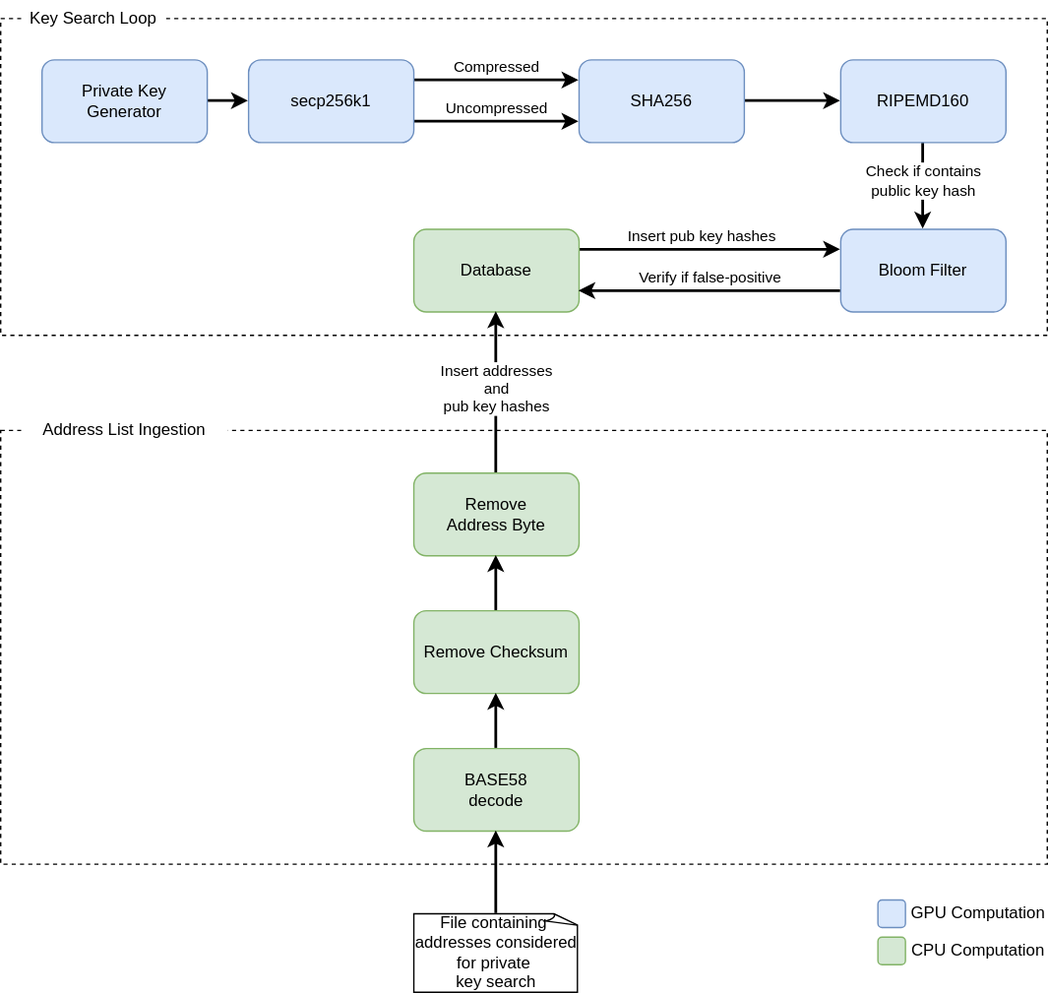
Before: img/architecture.drawio.svg, a diagram exported from draw.io (eztam-/BitCrackOSX). Source tidied: cells renumbered, new cells last; positions are measured from the earlier drawing's top-left corner, leaving out a move shared by most shapes.
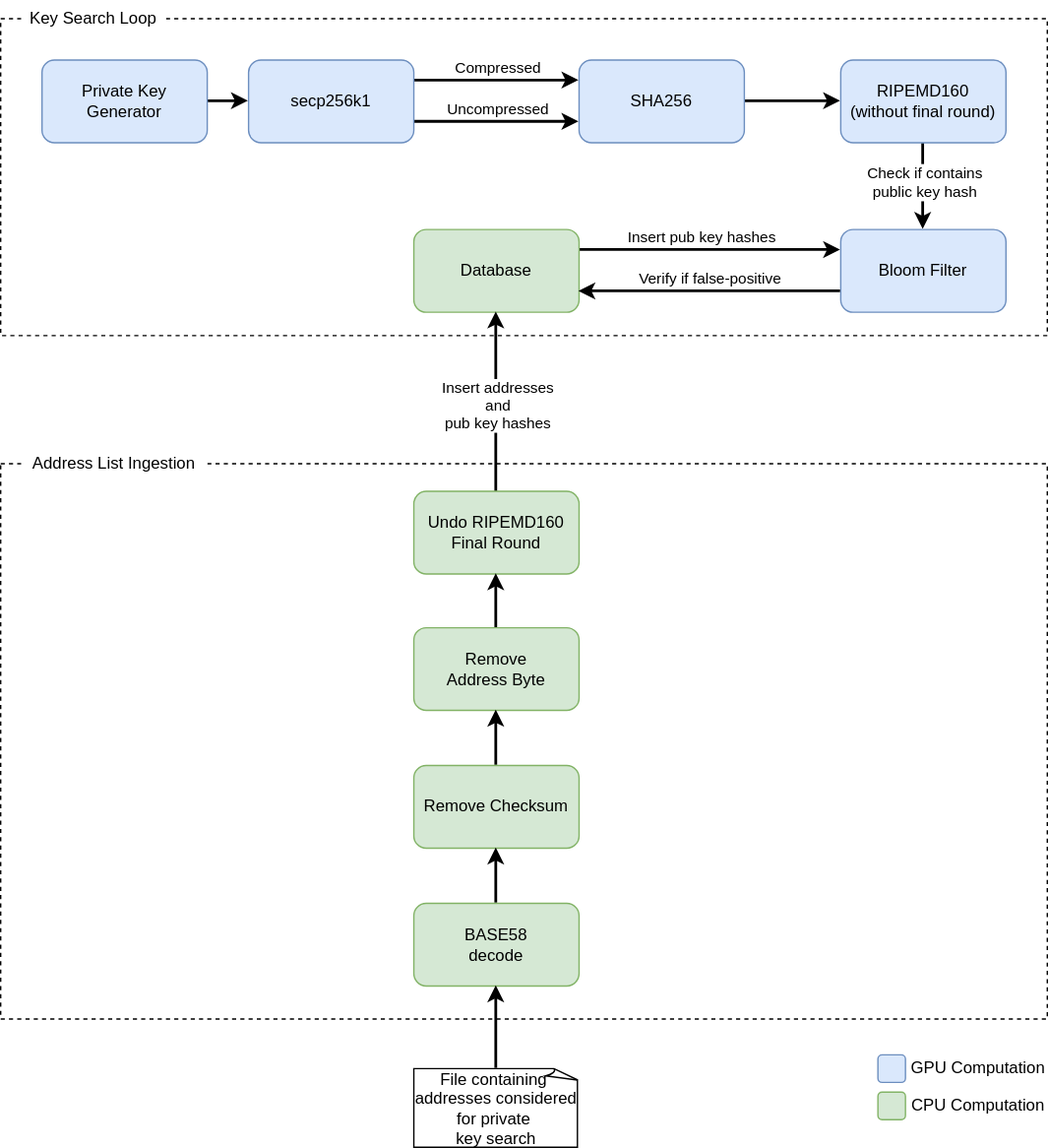
Later version of the same file.

Diff of the diagram source:
```diff
@@ -3,10 +3,10 @@
     <mxCell id="0" />
     <mxCell id="1" parent="0" />
     <mxCell id="2" style="rounded=0;whiteSpace=wrap;html=1;dashed=1;labelBackgroundColor=none;" parent="1" vertex="1">
-      <mxGeometry y="312" width="760" height="315" as="geometry" />
+      <mxGeometry y="336" width="760" height="403" as="geometry" />
     </mxCell>
     <mxCell id="3" value="Address List Ingestion" style="text;html=1;whiteSpace=wrap;strokeColor=none;fillColor=default;align=center;verticalAlign=middle;rounded=0;labelBackgroundColor=none;" parent="1" vertex="1">
-      <mxGeometry x="15" y="297" width="150" height="30" as="geometry" />
+      <mxGeometry x="15" y="321" width="135" height="30" as="geometry" />
     </mxCell>
     <mxCell id="4" style="rounded=0;whiteSpace=wrap;html=1;dashed=1;labelBackgroundColor=none;" parent="1" vertex="1">
       <mxGeometry y="13" width="760" height="230" as="geometry" />
@@ -50,23 +50,23 @@
         <mxPoint x="1" y="-12" as="offset" />
       </mxGeometry>
     </mxCell>
-    <mxCell id="16" value="RIPEMD160" style="rounded=1;whiteSpace=wrap;html=1;labelBackgroundColor=none;fillColor=#dae8fc;strokeColor=#6c8ebf;" parent="1" vertex="1">
+    <mxCell id="16" value="RIPEMD160&lt;br&gt;(without final round)" style="rounded=1;whiteSpace=wrap;html=1;labelBackgroundColor=none;fillColor=#dae8fc;strokeColor=#6c8ebf;" parent="1" vertex="1">
       <mxGeometry x="610" y="43" width="120" height="60" as="geometry" />
     </mxCell>
     <mxCell id="17" value="Remove&lt;br&gt;Address Byte" style="rounded=1;whiteSpace=wrap;html=1;labelBackgroundColor=none;fillColor=#d5e8d4;strokeColor=#82b366;" parent="1" vertex="1">
-      <mxGeometry x="300" y="343" width="120" height="60" as="geometry" />
+      <mxGeometry x="300" y="455" width="120" height="60" as="geometry" />
     </mxCell>
     <mxCell id="18" style="edgeStyle=orthogonalEdgeStyle;rounded=0;jettySize=auto;html=1;entryX=0.5;entryY=1;entryDx=0;entryDy=0;strokeWidth=2;" parent="1" edge="1" source="19" target="17">
       <mxGeometry relative="1" as="geometry" />
     </mxCell>
     <mxCell id="19" value="Remove Checksum" style="rounded=1;whiteSpace=wrap;html=1;labelBackgroundColor=none;fillColor=#d5e8d4;strokeColor=#82b366;" parent="1" vertex="1">
-      <mxGeometry x="300" y="443" width="120" height="60" as="geometry" />
+      <mxGeometry x="300" y="555" width="120" height="60" as="geometry" />
     </mxCell>
     <mxCell id="20" style="edgeStyle=orthogonalEdgeStyle;rounded=0;jettySize=auto;html=1;exitX=0.5;exitY=0;exitDx=0;exitDy=0;entryX=0.5;entryY=1;entryDx=0;entryDy=0;strokeWidth=2;" parent="1" edge="1" source="21" target="19">
       <mxGeometry relative="1" as="geometry" />
     </mxCell>
     <mxCell id="21" value="BASE58&lt;br&gt;decode" style="rounded=1;whiteSpace=wrap;html=1;labelBackgroundColor=none;fillColor=#d5e8d4;strokeColor=#82b366;" parent="1" vertex="1">
-      <mxGeometry x="300" y="543" width="120" height="60" as="geometry" />
+      <mxGeometry x="300" y="655" width="120" height="60" as="geometry" />
     </mxCell>
     <mxCell id="22" value="Key Search Loop" style="text;html=1;whiteSpace=wrap;strokeColor=none;fillColor=default;align=center;verticalAlign=middle;rounded=0;labelBackgroundColor=none;" parent="1" vertex="1">
       <mxGeometry x="15" width="105" height="25" as="geometry" />
@@ -78,7 +78,7 @@
       <mxGeometry relative="1" as="geometry" />
     </mxCell>
     <mxCell id="25" value="File containing&amp;nbsp; addresses considered for private&amp;nbsp;&lt;br&gt;key search" style="whiteSpace=wrap;html=1;shape=mxgraph.basic.document;" parent="1" vertex="1">
-      <mxGeometry x="300" y="663" width="120" height="57" as="geometry" />
+      <mxGeometry x="300" y="775" width="120" height="57" as="geometry" />
     </mxCell>
     <mxCell id="26" style="edgeStyle=orthogonalEdgeStyle;rounded=0;jettySize=auto;html=1;exitX=1;exitY=0.25;exitDx=0;exitDy=0;entryX=0;entryY=0.25;entryDx=0;entryDy=0;strokeWidth=2;" parent="1" edge="1" source="28" target="23">
       <mxGeometry relative="1" as="geometry" />
@@ -91,11 +91,10 @@
     <mxCell id="28" value="Database" style="rounded=1;whiteSpace=wrap;html=1;labelBackgroundColor=none;fillColor=#d5e8d4;strokeColor=#82b366;" parent="1" vertex="1">
       <mxGeometry x="300" y="166" width="120" height="60" as="geometry" />
     </mxCell>
-    <mxCell id="29" style="edgeStyle=orthogonalEdgeStyle;rounded=0;jettySize=auto;html=1;exitX=0.5;exitY=0;exitDx=0;exitDy=0;entryX=0.5;entryY=1;entryDx=0;entryDy=0;strokeWidth=2;" parent="1" edge="1" source="17" target="28">
+    <mxCell id="29" style="edgeStyle=orthogonalEdgeStyle;rounded=0;jettySize=auto;html=1;exitX=0.5;exitY=0;exitDx=0;exitDy=0;entryX=0.5;entryY=1;entryDx=0;entryDy=0;strokeWidth=2;" parent="1" edge="1" source="37" target="28">
       <mxGeometry relative="1" as="geometry">
         <Array as="points">
-          <mxPoint x="360" y="283" />
-          <mxPoint x="360" y="283" />
+          <mxPoint x="360" y="365" />
         </Array>
       </mxGeometry>
     </mxCell>
@@ -113,16 +112,22 @@
       </mxGeometry>
     </mxCell>
     <mxCell id="33" style="rounded=1;whiteSpace=wrap;html=1;labelBackgroundColor=none;fillColor=#dae8fc;strokeColor=#6c8ebf;fontColor=light-dark(#dbe7ff, #ededed);" parent="1" vertex="1">
-      <mxGeometry x="637" y="653" width="20" height="20" as="geometry" />
+      <mxGeometry x="637" y="765" width="20" height="20" as="geometry" />
     </mxCell>
     <mxCell id="34" style="rounded=1;whiteSpace=wrap;html=1;labelBackgroundColor=none;fillColor=#d5e8d4;strokeColor=#82b366;" parent="1" vertex="1">
-      <mxGeometry x="637" y="680" width="20" height="20" as="geometry" />
+      <mxGeometry x="637" y="792" width="20" height="20" as="geometry" />
     </mxCell>
     <mxCell id="35" value="GPU Computation" style="text;html=1;whiteSpace=wrap;align=center;verticalAlign=middle;rounded=0;" parent="1" vertex="1">
-      <mxGeometry x="660" y="653" width="100" height="20" as="geometry" />
+      <mxGeometry x="660" y="765" width="100" height="20" as="geometry" />
     </mxCell>
     <mxCell id="36" value="CPU Computation" style="text;html=1;whiteSpace=wrap;align=center;verticalAlign=middle;rounded=0;" parent="1" vertex="1">
-      <mxGeometry x="660" y="680" width="100" height="20" as="geometry" />
+      <mxGeometry x="660" y="792" width="100" height="20" as="geometry" />
     </mxCell>
+    <mxCell id="37" value="Undo RIPEMD160&lt;br&gt;Final Round" style="rounded=1;whiteSpace=wrap;html=1;labelBackgroundColor=none;fillColor=#d5e8d4;strokeColor=#82b366;" parent="1" vertex="1">
+      <mxGeometry x="300" y="356" width="120" height="60" as="geometry" />
+    </mxCell>
+    <mxCell id="38" style="edgeStyle=orthogonalEdgeStyle;rounded=0;jettySize=auto;html=1;entryX=0.5;entryY=1;entryDx=0;entryDy=0;strokeWidth=2;" parent="1" edge="1" source="17" target="37">
+      <mxGeometry relative="1" as="geometry" />
+    </mxCell>
   </root>
 </mxGraphModel>
```
